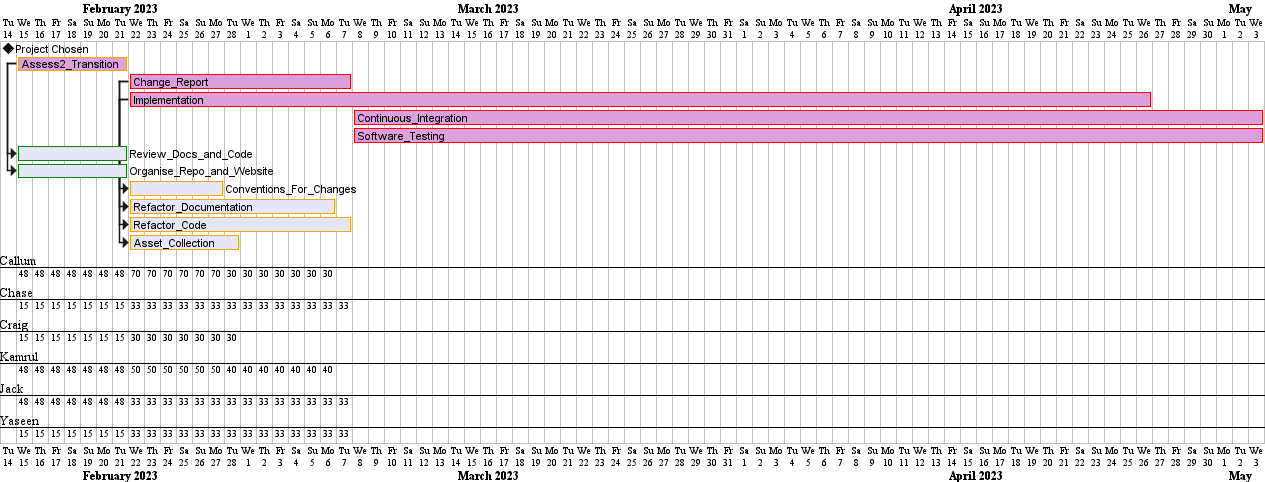
This is out/A2/A2 Gantts/Gantt 2W7/Gantt 2W7-1.png from Runtime-Terrors-Team-5/-A2-UML, a PlantUML export, as it was before one commit. Its diagram source:
```plantuml
@startgantt
hide ressources names
skinparam classFontSize 5
Project starts 2023-02-14
[Project Chosen] happens at 2023-02-14
[Assess2_Transition] lasts 7 days and is colored in Plum/Orange
[Assess2_Transition] starts 2023-02-15
[Change_Report] starts 2023-02-22
[Change_Report] lasts 14 days and is coloured in Plum/Red
[Implementation] starts 2023-02-22
[Implementation] lasts 64 days and is coloured in Plum/Red
[Continuous_Integration] starts 2023-03-08
[Continuous_Integration] lasts 57 days and is coloured in Plum/Red
[Software_Testing] starts 2023-03-08
[Software_Testing] lasts 57 days and is coloured in Plum/Red

[Review_Docs_and_Code] on {Callum:15%}{Chase:15%}{Craig:15%}{Kamrul:15%}{Jack:15%}{Yaseen:15%} lasts 6 days and is colored in Lavender/Green and starts after [Assess2_Transition]'s start
[Organise_Repo_and_Website] on {Jack:33%}{Callum:33%}{Kamrul:33%} lasts 6 days and is colored in Lavender/Green and starts after [Assess2_Transition]'s start

[Conventions_For_Changes] on {Callum:40%}{Kamrul:10%} lasts 3 days and is colored in Lavender/Orange and starts after [Change_Report]'s start
[Refactor_Documentation] on {Kamrul:40%}{Callum:30%} lasts 9 days and is colored in Lavender/Orange and starts after [Change_Report]'s start

[Refactor_Code] on {Yaseen:33%}{Chase:33%}{Jack:33%} lasts 13 days and is colored in Lavender/Orange and starts after [Implementation]'s start
[Asset_Collection] on {Craig:30%} lasts 2 days and is colored in Lavender/Orange and starts after [Implementation]'s start

@endgantt
```
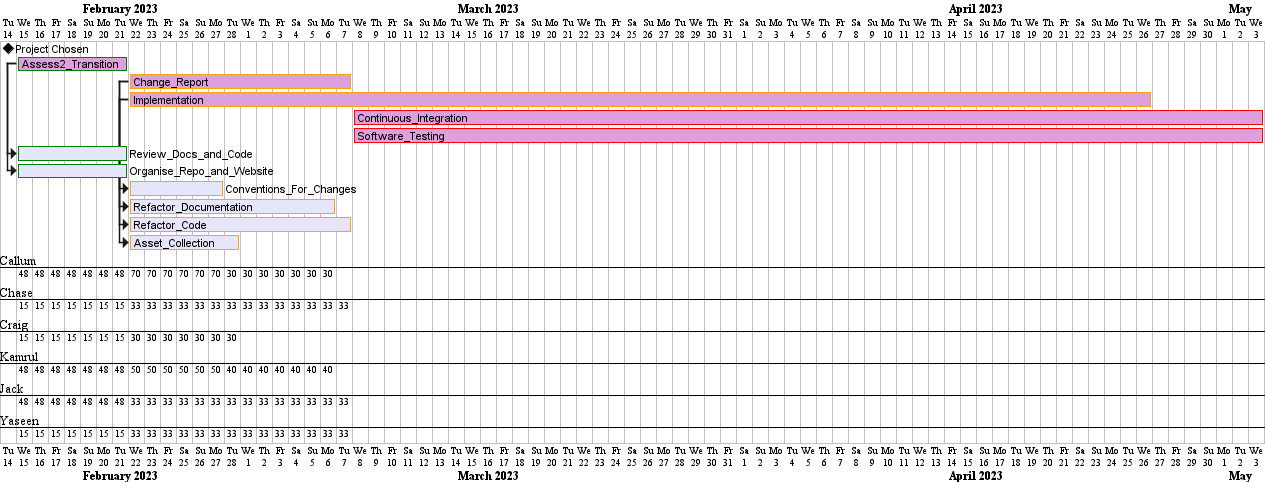
After the change.

Commit message:
Gantt Chart Term 2 W8

What changed in the source:
```diff
@@ -3,14 +3,15 @@
 skinparam classFontSize 5
 Project starts 2023-02-14
 [Project Chosen] happens at 2023-02-14
-[Assess2_Transition] lasts 7 days and is colored in Plum/Orange
+[Assess2_Transition] lasts 7 days and is colored in Plum/Green
 [Assess2_Transition] starts 2023-02-15
 [Change_Report] starts 2023-02-22
-[Change_Report] lasts 14 days and is coloured in Plum/Red
+[Change_Report] lasts 14 days and is coloured in Plum/Orange
 [Implementation] starts 2023-02-22
-[Implementation] lasts 64 days and is coloured in Plum/Red
+[Implementation] lasts 64 days and is coloured in Plum/Orange
 [Continuous_Integration] starts 2023-03-08
 [Continuous_Integration] lasts 57 days and is coloured in Plum/Red
+[Software_Testing] starts 2023-03-08
 [Software_Testing] starts 2023-03-08
 [Software_Testing] lasts 57 days and is coloured in Plum/Red
 
```
